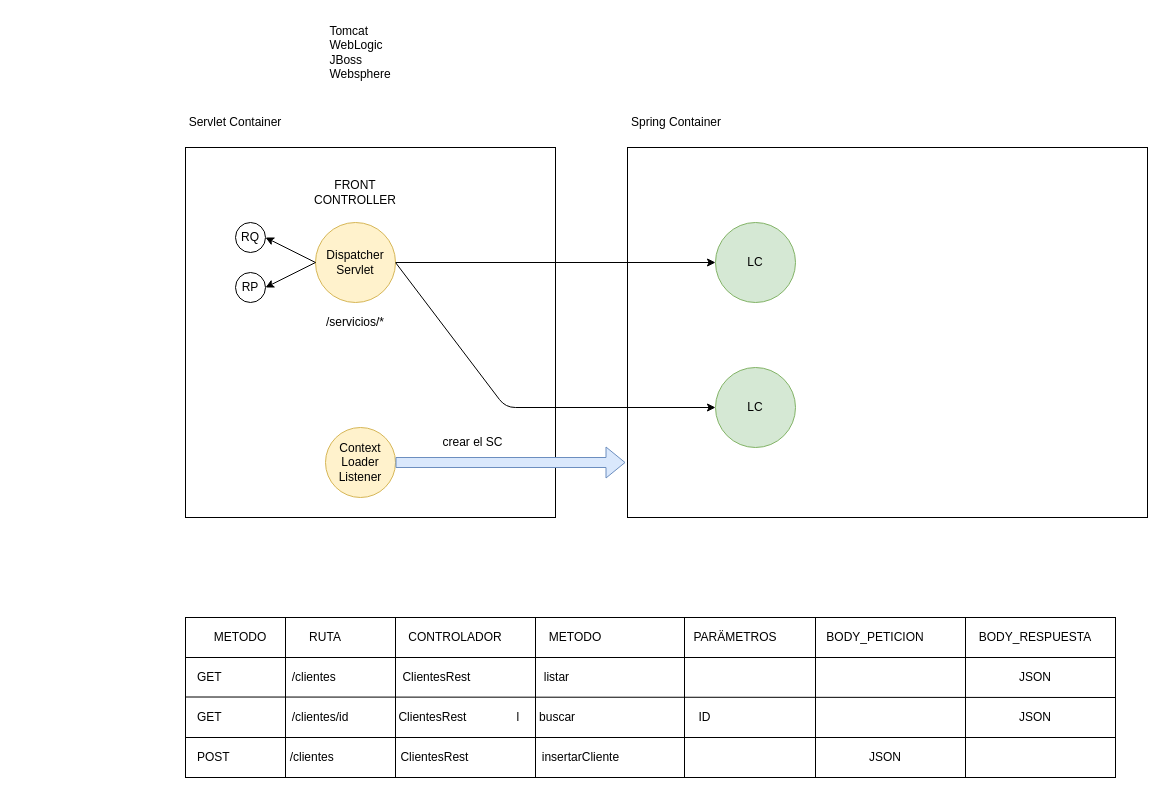
Earlier version of the draw.io diagram page "Página-26" (25 of 26) of diagramas.drawio (lrag/santander_intermedio). Source tidied: cells renumbered, new cells numbered last; positions are measured from the earlier drawing's top-left corner, leaving out a move shared by most shapes. Both pictures are drawn from the tidied source at 100%, with x=0, y=0 at pixel (185, 17).
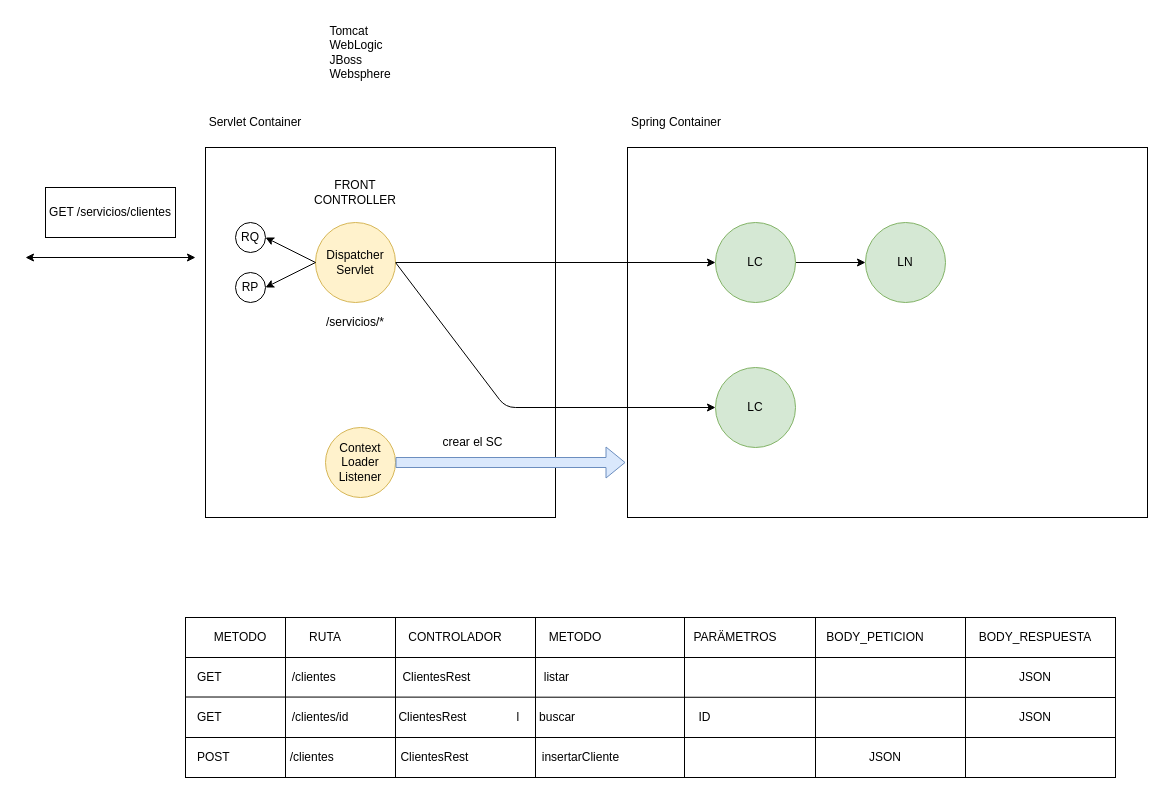
The same page after the edit.

Unchanged cells that the change refers to:
```xml
<mxCell id="13" value="LC" style="ellipse;whiteSpace=wrap;html=1;fontSize=12;fillColor=#d5e8d4;strokeColor=#82b366;" parent="1" vertex="1">
  <mxGeometry x="530" y="205" width="80" height="80" as="geometry" />
</mxCell>
```

What changed in the source:
```diff
@@
     <mxCell id="3" style="rounded=0;whiteSpace=wrap;html=1;fontSize=12;" parent="1" vertex="1">
-      <mxGeometry y="130" width="370" height="370" as="geometry" />
+      <mxGeometry x="20" y="130" width="350" height="370" as="geometry" />
     </mxCell>
@@
+    <mxCell id="44" style="edgeStyle=orthogonalEdgeStyle;rounded=1;jettySize=auto;html=1;fontSize=12;" parent="1" edge="1" source="13" target="47">
+      <mxGeometry relative="1" as="geometry" />
+    </mxCell>
@@
     <mxCell id="43" value="Servlet Container" style="text;html=1;strokeColor=none;fillColor=none;align=center;verticalAlign=middle;whiteSpace=wrap;rounded=0;fontSize=12;" parent="1" vertex="1">
-      <mxGeometry y="90" width="100" height="30" as="geometry" />
+      <mxGeometry x="20" y="90" width="100" height="30" as="geometry" />
     </mxCell>
+    <mxCell id="45" style="endArrow=classic;startArrow=classic;html=1;rounded=1;fontSize=12;" parent="1" edge="1">
+      <mxGeometry relative="1" as="geometry">
+        <mxPoint x="-160" y="240" as="sourcePoint" />
+        <mxPoint x="10" y="240" as="targetPoint" />
+      </mxGeometry>
+    </mxCell>
+    <mxCell id="46" value="GET /servicios/clientes" style="rounded=0;whiteSpace=wrap;html=1;fontSize=12;" parent="1" vertex="1">
+      <mxGeometry x="-140" y="170" width="130" height="50" as="geometry" />
+    </mxCell>
+    <mxCell id="47" value="LN" style="ellipse;whiteSpace=wrap;html=1;fontSize=12;fillColor=#d5e8d4;strokeColor=#82b366;" parent="1" vertex="1">
+      <mxGeometry x="680" y="205" width="80" height="80" as="geometry" />
+    </mxCell>
```
